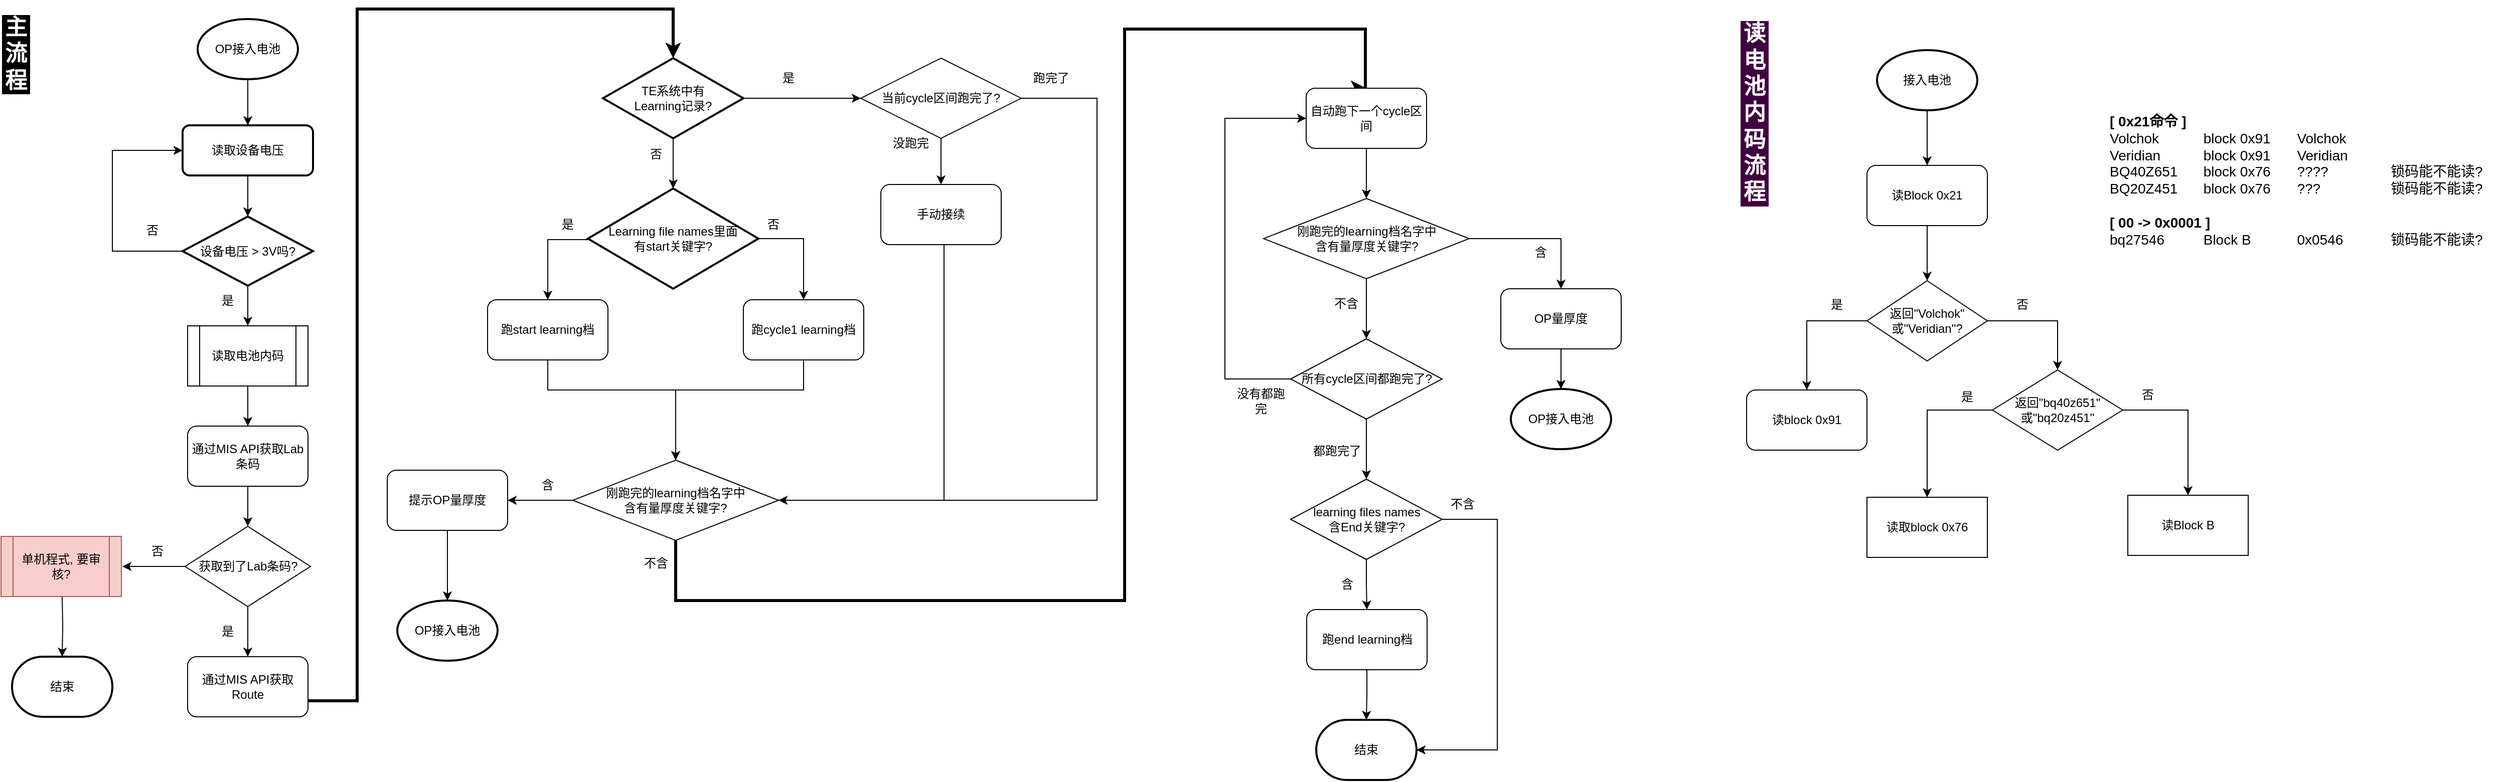
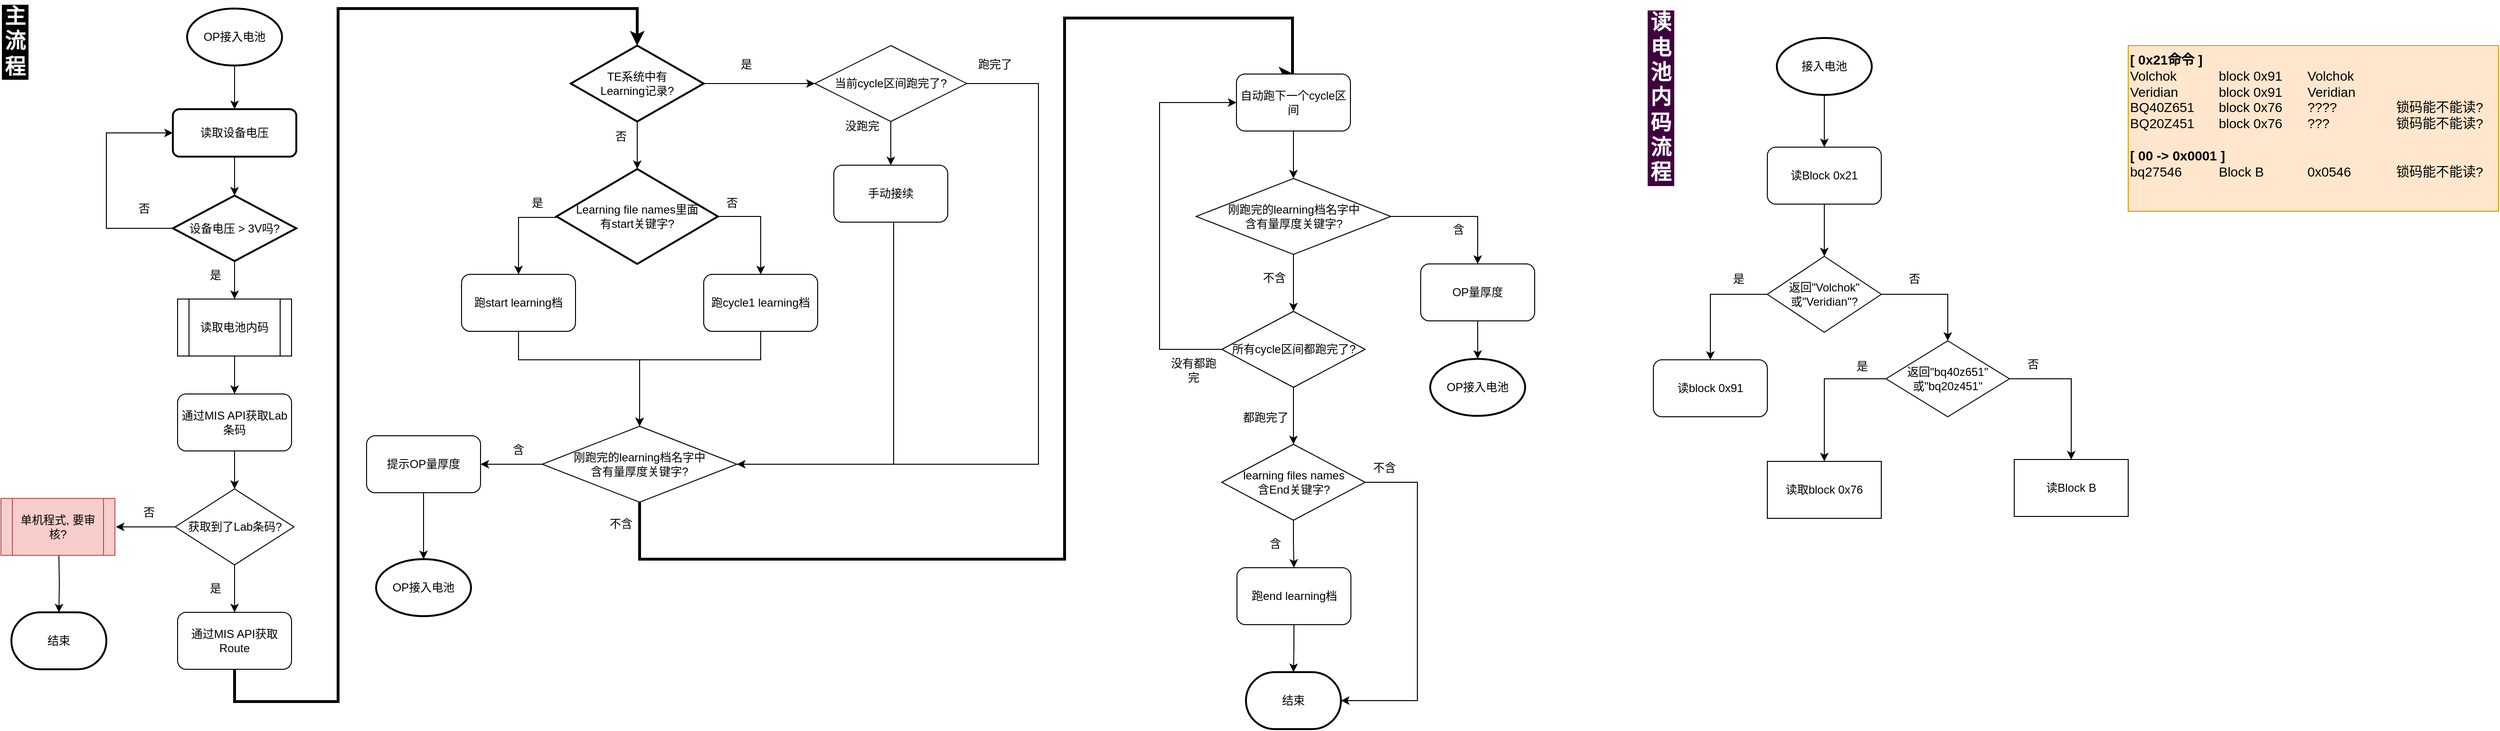
<mxfile host="app.diagrams.net">
  <diagram name="第 1 页" id="3HldnIOuQtLrwHUO-1mN">
    <mxGraphModel dx="1318" dy="774" grid="1" gridSize="10" guides="1" tooltips="1" connect="1" arrows="1" fold="1" page="1" pageScale="1" pageWidth="1169" pageHeight="827" background="#FFFFFF" math="0" shadow="0">
      <root>
        <mxCell id="0" />
        <mxCell id="1" parent="0" />
        <mxCell id="qRa3hty1LtdxE0hFs_0w-8" edge="1" parent="1" source="qRa3hty1LtdxE0hFs_0w-4" style="edgeStyle=orthogonalEdgeStyle;rounded=0;orthogonalLoop=1;jettySize=auto;html=1;" target="qRa3hty1LtdxE0hFs_0w-6" value="">
          <mxGeometry relative="1" as="geometry" />
        </mxCell>
        <mxCell id="qRa3hty1LtdxE0hFs_0w-4" parent="1" style="strokeWidth=2;html=1;shape=mxgraph.flowchart.start_1;whiteSpace=wrap;" value="OP接入电池" vertex="1">
          <mxGeometry height="60" width="100" x="216" y="20" as="geometry" />
        </mxCell>
        <mxCell id="qRa3hty1LtdxE0hFs_0w-9" edge="1" parent="1" source="qRa3hty1LtdxE0hFs_0w-6" style="edgeStyle=orthogonalEdgeStyle;rounded=0;orthogonalLoop=1;jettySize=auto;html=1;" target="qRa3hty1LtdxE0hFs_0w-7" value="">
          <mxGeometry relative="1" as="geometry" />
        </mxCell>
        <mxCell id="qRa3hty1LtdxE0hFs_0w-6" parent="1" style="rounded=1;whiteSpace=wrap;html=1;absoluteArcSize=1;arcSize=14;strokeWidth=2;" value="读取设备电压" vertex="1">
          <mxGeometry height="50" width="130" x="201" y="126" as="geometry" />
        </mxCell>
        <mxCell id="qRa3hty1LtdxE0hFs_0w-14" edge="1" parent="1" source="qRa3hty1LtdxE0hFs_0w-7" style="edgeStyle=orthogonalEdgeStyle;rounded=0;orthogonalLoop=1;jettySize=auto;html=1;" target="qRa3hty1LtdxE0hFs_0w-13" value="">
          <mxGeometry relative="1" as="geometry" />
        </mxCell>
        <mxCell id="qRa3hty1LtdxE0hFs_0w-25" edge="1" parent="1" source="qRa3hty1LtdxE0hFs_0w-7" style="edgeStyle=orthogonalEdgeStyle;rounded=0;orthogonalLoop=1;jettySize=auto;html=1;entryX=0;entryY=0.5;entryDx=0;entryDy=0;" target="qRa3hty1LtdxE0hFs_0w-6">
          <mxGeometry relative="1" as="geometry">
            <Array as="points">
              <mxPoint x="131" y="252" />
              <mxPoint x="131" y="151" />
            </Array>
            <mxPoint x="411" y="146" as="targetPoint" />
          </mxGeometry>
        </mxCell>
        <mxCell id="qRa3hty1LtdxE0hFs_0w-7" parent="1" style="strokeWidth=2;html=1;shape=mxgraph.flowchart.decision;whiteSpace=wrap;" value="设备电压 &amp;gt; 3V吗?" vertex="1">
          <mxGeometry height="69" width="130" x="201" y="217" as="geometry" />
        </mxCell>
        <mxCell id="qRa3hty1LtdxE0hFs_0w-11" parent="1" style="text;html=1;whiteSpace=wrap;strokeColor=none;fillColor=none;align=center;verticalAlign=middle;rounded=0;" value="&lt;div&gt;否&lt;/div&gt;" vertex="1">
          <mxGeometry height="30" width="60" x="141" y="216" as="geometry" />
        </mxCell>
        <mxCell id="qRa3hty1LtdxE0hFs_0w-12" parent="1" style="text;html=1;whiteSpace=wrap;strokeColor=none;fillColor=none;align=center;verticalAlign=middle;rounded=0;" value="&lt;div&gt;是&lt;/div&gt;" vertex="1">
          <mxGeometry height="30" width="60" x="216" y="286" as="geometry" />
        </mxCell>
        <mxCell id="qRa3hty1LtdxE0hFs_0w-16" edge="1" parent="1" source="qRa3hty1LtdxE0hFs_0w-13" style="edgeStyle=orthogonalEdgeStyle;rounded=0;orthogonalLoop=1;jettySize=auto;html=1;" target="qRa3hty1LtdxE0hFs_0w-15" value="">
          <mxGeometry relative="1" as="geometry" />
        </mxCell>
        <mxCell id="qRa3hty1LtdxE0hFs_0w-13" parent="1" style="shape=process;whiteSpace=wrap;html=1;backgroundOutline=1;" value="读取电池内码" vertex="1">
          <mxGeometry height="60" width="120" x="206" y="326" as="geometry" />
        </mxCell>
        <mxCell id="qRa3hty1LtdxE0hFs_0w-20" edge="1" parent="1" source="qRa3hty1LtdxE0hFs_0w-15" style="edgeStyle=orthogonalEdgeStyle;rounded=0;orthogonalLoop=1;jettySize=auto;html=1;" target="qRa3hty1LtdxE0hFs_0w-19" value="">
          <mxGeometry relative="1" as="geometry" />
        </mxCell>
        <mxCell id="qRa3hty1LtdxE0hFs_0w-15" parent="1" style="rounded=1;whiteSpace=wrap;html=1;" value="通过MIS API获取Lab条码" vertex="1">
          <mxGeometry height="60" width="120" x="206" y="426" as="geometry" />
        </mxCell>
        <mxCell id="qRa3hty1LtdxE0hFs_0w-31" edge="1" parent="1" source="qRa3hty1LtdxE0hFs_0w-17" style="edgeStyle=orthogonalEdgeStyle;rounded=0;orthogonalLoop=1;jettySize=auto;html=1;entryX=0.5;entryY=0;entryDx=0;entryDy=0;entryPerimeter=0;strokeWidth=3;" target="qRa3hty1LtdxE0hFs_0w-30" value="">
          <mxGeometry relative="1" as="geometry">
            <Array as="points">
-               <mxPoint x="375" y="700" />
-               <mxPoint x="375" y="10" />
-               <mxPoint x="690" y="10" />
+               <mxPoint x="266" y="750" />
+               <mxPoint x="375" y="750" />
+               <mxPoint x="375" y="20" />
+               <mxPoint x="690" y="20" />
            </Array>
          </mxGeometry>
        </mxCell>
        <mxCell id="qRa3hty1LtdxE0hFs_0w-17" parent="1" style="rounded=1;whiteSpace=wrap;html=1;" value="通过MIS API获取Route" vertex="1">
          <mxGeometry height="60" width="120" x="206" y="656" as="geometry" />
        </mxCell>
        <mxCell id="qRa3hty1LtdxE0hFs_0w-21" edge="1" parent="1" source="qRa3hty1LtdxE0hFs_0w-19" style="edgeStyle=orthogonalEdgeStyle;rounded=0;orthogonalLoop=1;jettySize=auto;html=1;" target="qRa3hty1LtdxE0hFs_0w-17" value="">
          <mxGeometry relative="1" as="geometry" />
        </mxCell>
        <mxCell id="qRa3hty1LtdxE0hFs_0w-27" edge="1" parent="1" source="qRa3hty1LtdxE0hFs_0w-19" style="edgeStyle=orthogonalEdgeStyle;rounded=0;orthogonalLoop=1;jettySize=auto;html=1;" value="">
          <mxGeometry relative="1" as="geometry">
            <mxPoint x="141" y="566" as="targetPoint" />
          </mxGeometry>
        </mxCell>
        <mxCell id="qRa3hty1LtdxE0hFs_0w-19" parent="1" style="rhombus;whiteSpace=wrap;html=1;" value="获取到了Lab条码?" vertex="1">
          <mxGeometry height="80" width="125" x="203.5" y="526" as="geometry" />
        </mxCell>
        <mxCell id="qRa3hty1LtdxE0hFs_0w-22" parent="1" style="text;html=1;whiteSpace=wrap;strokeColor=none;fillColor=none;align=center;verticalAlign=middle;rounded=0;" value="是" vertex="1">
          <mxGeometry height="30" width="60" x="216" y="616" as="geometry" />
        </mxCell>
        <mxCell id="qRa3hty1LtdxE0hFs_0w-29" edge="1" parent="1" style="edgeStyle=orthogonalEdgeStyle;rounded=0;orthogonalLoop=1;jettySize=auto;html=1;" target="qRa3hty1LtdxE0hFs_0w-28" value="">
          <mxGeometry relative="1" as="geometry">
            <mxPoint x="81" y="596" as="sourcePoint" />
          </mxGeometry>
        </mxCell>
        <mxCell id="qRa3hty1LtdxE0hFs_0w-26" parent="1" style="shape=process;whiteSpace=wrap;html=1;backgroundOutline=1;fillColor=#f8cecc;strokeColor=#b85450;" value="单机程式, 要审核?" vertex="1">
          <mxGeometry height="60" width="120" x="20" y="536" as="geometry" />
        </mxCell>
        <mxCell id="qRa3hty1LtdxE0hFs_0w-28" parent="1" style="strokeWidth=2;html=1;shape=mxgraph.flowchart.terminator;whiteSpace=wrap;" value="结束" vertex="1">
          <mxGeometry height="60" width="100" x="31" y="656" as="geometry" />
        </mxCell>
        <mxCell id="qRa3hty1LtdxE0hFs_0w-34" edge="1" parent="1" source="qRa3hty1LtdxE0hFs_0w-30" style="edgeStyle=orthogonalEdgeStyle;rounded=0;orthogonalLoop=1;jettySize=auto;html=1;" target="qRa3hty1LtdxE0hFs_0w-33" value="">
          <mxGeometry relative="1" as="geometry" />
        </mxCell>
        <mxCell id="qRa3hty1LtdxE0hFs_0w-38" edge="1" parent="1" source="qRa3hty1LtdxE0hFs_0w-30" style="edgeStyle=orthogonalEdgeStyle;rounded=0;orthogonalLoop=1;jettySize=auto;html=1;" target="qRa3hty1LtdxE0hFs_0w-37" value="">
          <mxGeometry relative="1" as="geometry" />
        </mxCell>
        <mxCell id="qRa3hty1LtdxE0hFs_0w-30" parent="1" style="strokeWidth=2;html=1;shape=mxgraph.flowchart.decision;whiteSpace=wrap;" value="&lt;div&gt;TE系统中有&lt;/div&gt;&lt;div&gt;Learning记录?&lt;/div&gt;" vertex="1">
          <mxGeometry height="80" width="140" x="620" y="59" as="geometry" />
        </mxCell>
        <mxCell id="qRa3hty1LtdxE0hFs_0w-45" edge="1" parent="1" source="qRa3hty1LtdxE0hFs_0w-33" style="edgeStyle=orthogonalEdgeStyle;rounded=0;orthogonalLoop=1;jettySize=auto;html=1;" target="qRa3hty1LtdxE0hFs_0w-44" value="">
          <mxGeometry relative="1" as="geometry">
            <Array as="points">
              <mxPoint x="565" y="240" />
            </Array>
          </mxGeometry>
        </mxCell>
        <mxCell id="qRa3hty1LtdxE0hFs_0w-67" edge="1" parent="1" source="qRa3hty1LtdxE0hFs_0w-33" style="edgeStyle=orthogonalEdgeStyle;rounded=0;orthogonalLoop=1;jettySize=auto;html=1;entryX=0.5;entryY=0;entryDx=0;entryDy=0;exitX=1;exitY=0.5;exitDx=0;exitDy=0;exitPerimeter=0;" target="qRa3hty1LtdxE0hFs_0w-66">
          <mxGeometry relative="1" as="geometry" />
        </mxCell>
        <mxCell id="qRa3hty1LtdxE0hFs_0w-33" parent="1" style="strokeWidth=2;html=1;shape=mxgraph.flowchart.decision;whiteSpace=wrap;" value="&lt;div&gt;Learning file names里面&lt;/div&gt;&lt;div&gt;有start关键字?&lt;/div&gt;" vertex="1">
          <mxGeometry height="100" width="170" x="605" y="189" as="geometry" />
        </mxCell>
        <mxCell id="qRa3hty1LtdxE0hFs_0w-35" parent="1" style="text;html=1;whiteSpace=wrap;strokeColor=none;fillColor=none;align=center;verticalAlign=middle;rounded=0;" value="否" vertex="1">
          <mxGeometry height="30" width="60" x="642.5" y="140" as="geometry" />
        </mxCell>
        <mxCell id="qRa3hty1LtdxE0hFs_0w-36" parent="1" style="text;html=1;whiteSpace=wrap;strokeColor=none;fillColor=none;align=center;verticalAlign=middle;rounded=0;" value="是" vertex="1">
          <mxGeometry height="30" width="60" x="775" y="64" as="geometry" />
        </mxCell>
        <mxCell id="qRa3hty1LtdxE0hFs_0w-40" edge="1" parent="1" source="qRa3hty1LtdxE0hFs_0w-37" style="edgeStyle=orthogonalEdgeStyle;rounded=0;orthogonalLoop=1;jettySize=auto;html=1;" target="qRa3hty1LtdxE0hFs_0w-39" value="">
          <mxGeometry relative="1" as="geometry" />
        </mxCell>
        <mxCell id="qRa3hty1LtdxE0hFs_0w-115" edge="1" parent="1" style="edgeStyle=orthogonalEdgeStyle;rounded=0;orthogonalLoop=1;jettySize=auto;html=1;entryX=1;entryY=0.5;entryDx=0;entryDy=0;">
          <mxGeometry relative="1" as="geometry">
            <Array as="points">
              <mxPoint x="1112.5" y="99" />
              <mxPoint x="1112.5" y="500" />
            </Array>
            <mxPoint x="1022.5" y="99" as="sourcePoint" />
            <mxPoint x="767.5" y="500" as="targetPoint" />
          </mxGeometry>
        </mxCell>
        <mxCell id="qRa3hty1LtdxE0hFs_0w-37" parent="1" style="rhombus;whiteSpace=wrap;html=1;" value="当前cycle区间跑完了?" vertex="1">
          <mxGeometry height="80" width="160" x="877" y="59" as="geometry" />
        </mxCell>
        <mxCell id="qRa3hty1LtdxE0hFs_0w-74" edge="1" parent="1" source="qRa3hty1LtdxE0hFs_0w-39" style="edgeStyle=orthogonalEdgeStyle;rounded=0;orthogonalLoop=1;jettySize=auto;html=1;entryX=1;entryY=0.5;entryDx=0;entryDy=0;exitX=0.5;exitY=1;exitDx=0;exitDy=0;" target="qRa3hty1LtdxE0hFs_0w-49">
          <mxGeometry relative="1" as="geometry">
            <Array as="points">
              <mxPoint x="960" y="245" />
              <mxPoint x="960" y="500" />
            </Array>
            <mxPoint x="1005" y="240" as="sourcePoint" />
          </mxGeometry>
        </mxCell>
        <mxCell id="qRa3hty1LtdxE0hFs_0w-39" parent="1" style="rounded=1;whiteSpace=wrap;html=1;" value="手动接续" vertex="1">
          <mxGeometry height="60" width="120" x="897" y="185" as="geometry" />
        </mxCell>
        <mxCell id="qRa3hty1LtdxE0hFs_0w-41" parent="1" style="text;html=1;whiteSpace=wrap;strokeColor=none;fillColor=none;align=center;verticalAlign=middle;rounded=0;" value="没跑完" vertex="1">
          <mxGeometry height="30" width="60" x="897" y="129" as="geometry" />
        </mxCell>
        <mxCell id="qRa3hty1LtdxE0hFs_0w-71" edge="1" parent="1" source="qRa3hty1LtdxE0hFs_0w-44" style="edgeStyle=orthogonalEdgeStyle;rounded=0;orthogonalLoop=1;jettySize=auto;html=1;entryX=0.5;entryY=0;entryDx=0;entryDy=0;" target="qRa3hty1LtdxE0hFs_0w-49">
          <mxGeometry relative="1" as="geometry">
            <Array as="points">
              <mxPoint x="565" y="390" />
              <mxPoint x="693" y="390" />
            </Array>
          </mxGeometry>
        </mxCell>
        <mxCell id="qRa3hty1LtdxE0hFs_0w-44" parent="1" style="rounded=1;whiteSpace=wrap;html=1;" value="跑start learning档" vertex="1">
          <mxGeometry height="60" width="120" x="505" y="300" as="geometry" />
        </mxCell>
        <mxCell id="qRa3hty1LtdxE0hFs_0w-46" parent="1" style="text;html=1;whiteSpace=wrap;strokeColor=none;fillColor=none;align=center;verticalAlign=middle;rounded=0;" value="是" vertex="1">
          <mxGeometry height="30" width="60" x="555" y="210" as="geometry" />
        </mxCell>
        <mxCell id="qRa3hty1LtdxE0hFs_0w-52" edge="1" parent="1" source="qRa3hty1LtdxE0hFs_0w-49" style="edgeStyle=orthogonalEdgeStyle;rounded=0;orthogonalLoop=1;jettySize=auto;html=1;" target="qRa3hty1LtdxE0hFs_0w-51" value="">
          <mxGeometry relative="1" as="geometry" />
        </mxCell>
        <mxCell id="qRa3hty1LtdxE0hFs_0w-129" edge="1" parent="1" source="qRa3hty1LtdxE0hFs_0w-49" style="edgeStyle=orthogonalEdgeStyle;rounded=0;orthogonalLoop=1;jettySize=auto;html=1;entryX=0.5;entryY=0;entryDx=0;entryDy=0;exitX=0.5;exitY=1;exitDx=0;exitDy=0;strokeWidth=3;" target="qRa3hty1LtdxE0hFs_0w-55">
          <mxGeometry relative="1" as="geometry">
            <Array as="points">
              <mxPoint x="692" y="600" />
              <mxPoint x="1140" y="600" />
              <mxPoint x="1140" y="30" />
              <mxPoint x="1380" y="30" />
              <mxPoint x="1380" y="89" />
            </Array>
          </mxGeometry>
        </mxCell>
        <mxCell id="qRa3hty1LtdxE0hFs_0w-49" parent="1" style="rhombus;whiteSpace=wrap;html=1;" value="&lt;div&gt;刚跑完的learning档名字中&lt;/div&gt;&lt;div&gt;含有量厚度关键字?&lt;/div&gt;" vertex="1">
          <mxGeometry height="80" width="205" x="590" y="460" as="geometry" />
        </mxCell>
        <mxCell id="qRa3hty1LtdxE0hFs_0w-102" edge="1" parent="1" source="qRa3hty1LtdxE0hFs_0w-51" style="edgeStyle=orthogonalEdgeStyle;rounded=0;orthogonalLoop=1;jettySize=auto;html=1;" target="qRa3hty1LtdxE0hFs_0w-101" value="">
          <mxGeometry relative="1" as="geometry" />
        </mxCell>
        <mxCell id="qRa3hty1LtdxE0hFs_0w-51" parent="1" style="rounded=1;whiteSpace=wrap;html=1;" value="提示OP量厚度" vertex="1">
          <mxGeometry height="60" width="120" x="405" y="470" as="geometry" />
        </mxCell>
        <mxCell id="qRa3hty1LtdxE0hFs_0w-53" parent="1" style="text;html=1;whiteSpace=wrap;strokeColor=none;fillColor=none;align=center;verticalAlign=middle;rounded=0;" value="&lt;div&gt;含&lt;/div&gt;" vertex="1">
          <mxGeometry height="30" width="60" x="535" y="470" as="geometry" />
        </mxCell>
        <mxCell id="qRa3hty1LtdxE0hFs_0w-130" edge="1" parent="1" source="qRa3hty1LtdxE0hFs_0w-55" style="edgeStyle=orthogonalEdgeStyle;rounded=0;orthogonalLoop=1;jettySize=auto;html=1;" target="qRa3hty1LtdxE0hFs_0w-88" value="">
          <mxGeometry relative="1" as="geometry" />
        </mxCell>
        <mxCell id="qRa3hty1LtdxE0hFs_0w-55" parent="1" style="rounded=1;whiteSpace=wrap;html=1;" value="自动跑下一个cycle区间" vertex="1">
          <mxGeometry height="60" width="120" x="1321" y="89" as="geometry" />
        </mxCell>
        <mxCell id="qRa3hty1LtdxE0hFs_0w-57" parent="1" style="text;html=1;whiteSpace=wrap;strokeColor=none;fillColor=none;align=center;verticalAlign=middle;rounded=0;" value="否" vertex="1">
          <mxGeometry height="30" width="60" x="146" y="536" as="geometry" />
        </mxCell>
        <mxCell id="qRa3hty1LtdxE0hFs_0w-58" parent="1" style="text;html=1;whiteSpace=wrap;strokeColor=none;fillColor=none;align=center;verticalAlign=middle;rounded=0;" value="跑完了" vertex="1">
          <mxGeometry height="30" width="60" x="1037" y="64" as="geometry" />
        </mxCell>
        <mxCell id="qRa3hty1LtdxE0hFs_0w-73" edge="1" parent="1" source="qRa3hty1LtdxE0hFs_0w-66" style="edgeStyle=orthogonalEdgeStyle;rounded=0;orthogonalLoop=1;jettySize=auto;html=1;entryX=0.5;entryY=0;entryDx=0;entryDy=0;" target="qRa3hty1LtdxE0hFs_0w-49">
          <mxGeometry relative="1" as="geometry">
            <Array as="points">
              <mxPoint x="820" y="390" />
              <mxPoint x="693" y="390" />
            </Array>
          </mxGeometry>
        </mxCell>
        <mxCell id="qRa3hty1LtdxE0hFs_0w-66" parent="1" style="rounded=1;whiteSpace=wrap;html=1;" value="跑cycle1 learning档" vertex="1">
          <mxGeometry height="60" width="120" x="760" y="300" as="geometry" />
        </mxCell>
        <mxCell id="qRa3hty1LtdxE0hFs_0w-68" parent="1" style="text;html=1;whiteSpace=wrap;strokeColor=none;fillColor=none;align=center;verticalAlign=middle;rounded=0;" value="否" vertex="1">
          <mxGeometry height="30" width="60" x="760" y="210" as="geometry" />
        </mxCell>
        <mxCell id="qRa3hty1LtdxE0hFs_0w-75" parent="1" style="text;html=1;whiteSpace=wrap;strokeColor=none;fillColor=none;align=center;verticalAlign=middle;rounded=0;" value="不含" vertex="1">
          <mxGeometry height="30" width="60" x="642.5" y="548" as="geometry" />
        </mxCell>
        <mxCell id="qRa3hty1LtdxE0hFs_0w-132" edge="1" parent="1" source="qRa3hty1LtdxE0hFs_0w-88" style="edgeStyle=orthogonalEdgeStyle;rounded=0;orthogonalLoop=1;jettySize=auto;html=1;" target="qRa3hty1LtdxE0hFs_0w-91" value="">
          <mxGeometry relative="1" as="geometry" />
        </mxCell>
        <mxCell id="qRa3hty1LtdxE0hFs_0w-134" edge="1" parent="1" source="qRa3hty1LtdxE0hFs_0w-88" style="edgeStyle=orthogonalEdgeStyle;rounded=0;orthogonalLoop=1;jettySize=auto;html=1;" target="qRa3hty1LtdxE0hFs_0w-107" value="">
          <mxGeometry relative="1" as="geometry" />
        </mxCell>
        <mxCell id="qRa3hty1LtdxE0hFs_0w-88" parent="1" style="rhombus;whiteSpace=wrap;html=1;" value="&lt;div&gt;刚跑完的learning档名字中&lt;/div&gt;&lt;div&gt;含有量厚度关键字?&lt;/div&gt;" vertex="1">
          <mxGeometry height="80" width="205" x="1278.5" y="199" as="geometry" />
        </mxCell>
        <mxCell id="qRa3hty1LtdxE0hFs_0w-104" edge="1" parent="1" source="qRa3hty1LtdxE0hFs_0w-91" style="edgeStyle=orthogonalEdgeStyle;rounded=0;orthogonalLoop=1;jettySize=auto;html=1;" target="qRa3hty1LtdxE0hFs_0w-103" value="">
          <mxGeometry relative="1" as="geometry" />
        </mxCell>
        <mxCell id="qRa3hty1LtdxE0hFs_0w-91" parent="1" style="rounded=1;whiteSpace=wrap;html=1;" value="OP量厚度" vertex="1">
          <mxGeometry height="60" width="120" x="1515" y="289" as="geometry" />
        </mxCell>
        <mxCell id="qRa3hty1LtdxE0hFs_0w-93" parent="1" style="text;html=1;whiteSpace=wrap;strokeColor=none;fillColor=none;align=center;verticalAlign=middle;rounded=0;" value="含" vertex="1">
          <mxGeometry height="30" width="60" x="1525" y="238" as="geometry" />
        </mxCell>
        <mxCell id="qRa3hty1LtdxE0hFs_0w-95" parent="1" style="text;html=1;whiteSpace=wrap;strokeColor=none;fillColor=none;align=center;verticalAlign=middle;rounded=0;" value="不含" vertex="1">
          <mxGeometry height="30" width="60" x="1331" y="289" as="geometry" />
        </mxCell>
        <mxCell id="qRa3hty1LtdxE0hFs_0w-101" parent="1" style="strokeWidth=2;html=1;shape=mxgraph.flowchart.start_1;whiteSpace=wrap;" value="OP接入电池" vertex="1">
          <mxGeometry height="60" width="100" x="415" y="600" as="geometry" />
        </mxCell>
        <mxCell id="qRa3hty1LtdxE0hFs_0w-103" parent="1" style="strokeWidth=2;html=1;shape=mxgraph.flowchart.start_1;whiteSpace=wrap;" value="OP接入电池" vertex="1">
          <mxGeometry height="60" width="100" x="1525" y="389" as="geometry" />
        </mxCell>
        <mxCell id="qRa3hty1LtdxE0hFs_0w-118" edge="1" parent="1" source="qRa3hty1LtdxE0hFs_0w-107" style="edgeStyle=orthogonalEdgeStyle;rounded=0;orthogonalLoop=1;jettySize=auto;html=1;" target="qRa3hty1LtdxE0hFs_0w-117" value="">
          <mxGeometry relative="1" as="geometry" />
        </mxCell>
        <mxCell id="qRa3hty1LtdxE0hFs_0w-135" edge="1" parent="1" source="qRa3hty1LtdxE0hFs_0w-107" style="edgeStyle=orthogonalEdgeStyle;rounded=0;orthogonalLoop=1;jettySize=auto;html=1;entryX=0;entryY=0.5;entryDx=0;entryDy=0;" target="qRa3hty1LtdxE0hFs_0w-55">
          <mxGeometry relative="1" as="geometry">
            <Array as="points">
              <mxPoint x="1240" y="379" />
              <mxPoint x="1240" y="119" />
            </Array>
            <mxPoint x="1250" y="140" as="targetPoint" />
          </mxGeometry>
        </mxCell>
        <mxCell id="qRa3hty1LtdxE0hFs_0w-107" parent="1" style="rhombus;whiteSpace=wrap;html=1;" value="所有cycle区间都跑完了?" vertex="1">
          <mxGeometry height="80" width="151" x="1305.5" y="339" as="geometry" />
        </mxCell>
        <mxCell id="qRa3hty1LtdxE0hFs_0w-111" parent="1" style="text;html=1;whiteSpace=wrap;strokeColor=none;fillColor=none;align=center;verticalAlign=middle;rounded=0;" value="没有都跑完" vertex="1">
          <mxGeometry height="30" width="60" x="1245.5" y="386" as="geometry" />
        </mxCell>
        <mxCell id="qRa3hty1LtdxE0hFs_0w-112" parent="1" style="strokeWidth=2;html=1;shape=mxgraph.flowchart.terminator;whiteSpace=wrap;" value="结束" vertex="1">
          <mxGeometry height="60" width="100" x="1331" y="719" as="geometry" />
        </mxCell>
        <mxCell id="qRa3hty1LtdxE0hFs_0w-114" parent="1" style="text;html=1;whiteSpace=wrap;strokeColor=none;fillColor=none;align=center;verticalAlign=middle;rounded=0;" value="都跑完了" vertex="1">
          <mxGeometry height="30" width="60" x="1322" y="436" as="geometry" />
        </mxCell>
        <mxCell id="qRa3hty1LtdxE0hFs_0w-122" edge="1" parent="1" source="qRa3hty1LtdxE0hFs_0w-117" style="edgeStyle=orthogonalEdgeStyle;rounded=0;orthogonalLoop=1;jettySize=auto;html=1;" target="qRa3hty1LtdxE0hFs_0w-120" value="">
          <mxGeometry relative="1" as="geometry" />
        </mxCell>
        <mxCell id="qRa3hty1LtdxE0hFs_0w-117" parent="1" style="rhombus;whiteSpace=wrap;html=1;" value="&lt;div&gt;learning files names&lt;/div&gt;&lt;div&gt;含End关键字?&lt;/div&gt;" vertex="1">
          <mxGeometry height="80" width="151" x="1305.5" y="479" as="geometry" />
        </mxCell>
        <mxCell id="qRa3hty1LtdxE0hFs_0w-121" edge="1" parent="1" source="qRa3hty1LtdxE0hFs_0w-120" style="edgeStyle=orthogonalEdgeStyle;rounded=0;orthogonalLoop=1;jettySize=auto;html=1;" target="qRa3hty1LtdxE0hFs_0w-112" value="">
          <mxGeometry relative="1" as="geometry" />
        </mxCell>
        <mxCell id="qRa3hty1LtdxE0hFs_0w-120" parent="1" style="rounded=1;whiteSpace=wrap;html=1;" value="跑end learning档" vertex="1">
          <mxGeometry height="60" width="120" x="1321.5" y="609" as="geometry" />
        </mxCell>
        <mxCell id="qRa3hty1LtdxE0hFs_0w-123" parent="1" style="text;html=1;whiteSpace=wrap;strokeColor=none;fillColor=none;align=center;verticalAlign=middle;rounded=0;" value="含" vertex="1">
          <mxGeometry height="30" width="60" x="1331.5" y="569" as="geometry" />
        </mxCell>
        <mxCell id="qRa3hty1LtdxE0hFs_0w-124" edge="1" parent="1" source="qRa3hty1LtdxE0hFs_0w-117" style="edgeStyle=orthogonalEdgeStyle;rounded=0;orthogonalLoop=1;jettySize=auto;html=1;entryX=1;entryY=0.5;entryDx=0;entryDy=0;entryPerimeter=0;" target="qRa3hty1LtdxE0hFs_0w-112">
          <mxGeometry relative="1" as="geometry">
            <Array as="points">
              <mxPoint x="1511.5" y="519" />
              <mxPoint x="1511.5" y="749" />
            </Array>
          </mxGeometry>
        </mxCell>
        <mxCell id="qRa3hty1LtdxE0hFs_0w-125" parent="1" style="text;html=1;whiteSpace=wrap;strokeColor=none;fillColor=none;align=center;verticalAlign=middle;rounded=0;" value="不含" vertex="1">
          <mxGeometry height="30" width="60" x="1446.5" y="489" as="geometry" />
        </mxCell>
        <mxCell id="PsBZDfwHha2lWDHOalyY-6" edge="1" parent="1" source="qRa3hty1LtdxE0hFs_0w-136" style="edgeStyle=orthogonalEdgeStyle;rounded=0;orthogonalLoop=1;jettySize=auto;html=1;" target="PsBZDfwHha2lWDHOalyY-3" value="">
          <mxGeometry relative="1" as="geometry" />
        </mxCell>
        <mxCell id="qRa3hty1LtdxE0hFs_0w-136" parent="1" style="strokeWidth=2;html=1;shape=mxgraph.flowchart.start_1;whiteSpace=wrap;" value="接入电池" vertex="1">
          <mxGeometry height="60" width="100" x="1890" y="51" as="geometry" />
        </mxCell>
        <mxCell id="PsBZDfwHha2lWDHOalyY-1" parent="1" style="text;html=1;whiteSpace=wrap;strokeColor=none;fillColor=none;align=center;verticalAlign=middle;rounded=0;fontStyle=1;strokeWidth=3;labelBackgroundColor=light-dark(#400040, #ededed);fontColor=light-dark(#ffffff, #ededed);fontSize=22;" value="读电池内码流程" vertex="1">
          <mxGeometry height="30" width="30" x="1753" y="99" as="geometry" />
        </mxCell>
-         <mxCell id="PsBZDfwHha2lWDHOalyY-2" parent="1" style="text;html=1;whiteSpace=wrap;strokeColor=none;fillColor=none;align=left;verticalAlign=top;rounded=0;fontSize=14;" value="&lt;div&gt;&lt;b&gt;[ 0x21命令 ]&lt;/b&gt;&lt;/div&gt;&lt;div&gt;Volchok&lt;span style=&quot;white-space: pre;&quot;&gt;&#x9;&lt;/span&gt;&lt;span style=&quot;white-space: pre;&quot;&gt;&#x9;&lt;/span&gt;block 0x91&lt;span style=&quot;white-space: pre;&quot;&gt;&#x9;&lt;/span&gt;Volchok&lt;/div&gt;&lt;div&gt;Veridian&lt;span style=&quot;white-space: pre;&quot;&gt;&lt;span style=&quot;white-space: pre;&quot;&gt;&#x9;&lt;/span&gt;&lt;span style=&quot;white-space: pre;&quot;&gt;&#x9;&lt;/span&gt;block 0x91&#x9;Veridian&lt;/span&gt;&lt;/div&gt;&lt;div&gt;BQ40Z651&lt;span style=&quot;white-space: pre;&quot;&gt;&#x9;block 0x76&lt;/span&gt;&lt;span style=&quot;white-space: pre;&quot;&gt;&#x9;????&lt;span style=&quot;white-space: pre;&quot;&gt;&#x9;&lt;/span&gt;&lt;span style=&quot;white-space: pre;&quot;&gt;&#x9;&lt;/span&gt;锁码能不能读?&lt;/span&gt;&lt;/div&gt;&lt;div&gt;&lt;span style=&quot;white-space: pre;&quot;&gt;BQ20Z451&lt;span style=&quot;white-space: pre;&quot;&gt;&#x9;&lt;/span&gt;block 0x76&lt;span style=&quot;white-space: pre;&quot;&gt;&#x9;???&lt;span style=&quot;white-space: pre;&quot;&gt;&#x9;&lt;/span&gt;&lt;span style=&quot;white-space: pre;&quot;&gt;&#x9;&lt;/span&gt;&lt;span style=&quot;white-space: pre;&quot;&gt;&#x9;&lt;/span&gt;锁码能不能读?&lt;/span&gt;&lt;/span&gt;&lt;/div&gt;&lt;div&gt;&lt;br&gt;&lt;/div&gt;&lt;div&gt;&lt;b&gt;[ 00 -&amp;gt; 0x0001 ]&lt;/b&gt;&lt;/div&gt;&lt;div&gt;bq27546&lt;span style=&quot;white-space: pre;&quot;&gt;&#x9;&lt;/span&gt;&lt;span style=&quot;white-space: pre;&quot;&gt;&#x9;Block B&lt;span style=&quot;white-space: pre;&quot;&gt;&#x9;&lt;/span&gt;&lt;span style=&quot;white-space: pre;&quot;&gt;&#x9;&lt;/span&gt;0x0546&lt;span style=&quot;white-space: pre;&quot;&gt;&#x9;&lt;/span&gt;&lt;span style=&quot;white-space: pre;&quot;&gt;&#x9;&lt;/span&gt;锁码能不能读?&lt;/span&gt;&lt;/div&gt;&lt;div&gt;&lt;br&gt;&lt;/div&gt;" vertex="1">
-           <mxGeometry height="174.5" width="390" x="2120" y="106.5" as="geometry" />
+         <mxCell id="PsBZDfwHha2lWDHOalyY-2" parent="1" style="text;html=1;whiteSpace=wrap;strokeColor=#d79b00;fillColor=#ffe6cc;align=left;verticalAlign=top;rounded=0;fontSize=14;labelBackgroundColor=none;" value="&lt;div&gt;&lt;b&gt;[ 0x21命令 ]&lt;/b&gt;&lt;/div&gt;&lt;div&gt;Volchok&lt;span style=&quot;white-space: pre;&quot;&gt;&#x9;&lt;/span&gt;&lt;span style=&quot;white-space: pre;&quot;&gt;&#x9;&lt;/span&gt;block 0x91&lt;span style=&quot;white-space: pre;&quot;&gt;&#x9;&lt;/span&gt;Volchok&lt;/div&gt;&lt;div&gt;Veridian&lt;span style=&quot;white-space: pre;&quot;&gt;&lt;span style=&quot;white-space: pre;&quot;&gt;&#x9;&lt;/span&gt;&lt;span style=&quot;white-space: pre;&quot;&gt;&#x9;&lt;/span&gt;block 0x91&#x9;Veridian&lt;/span&gt;&lt;/div&gt;&lt;div&gt;BQ40Z651&lt;span style=&quot;white-space: pre;&quot;&gt;&#x9;block 0x76&lt;/span&gt;&lt;span style=&quot;white-space: pre;&quot;&gt;&#x9;????&lt;span style=&quot;white-space: pre;&quot;&gt;&#x9;&lt;/span&gt;&lt;span style=&quot;white-space: pre;&quot;&gt;&#x9;&lt;/span&gt;锁码能不能读?&lt;/span&gt;&lt;/div&gt;&lt;div&gt;&lt;span style=&quot;white-space: pre;&quot;&gt;BQ20Z451&lt;span style=&quot;white-space: pre;&quot;&gt;&#x9;&lt;/span&gt;block 0x76&lt;span style=&quot;white-space: pre;&quot;&gt;&#x9;???&lt;span style=&quot;white-space: pre;&quot;&gt;&#x9;&lt;/span&gt;&lt;span style=&quot;white-space: pre;&quot;&gt;&#x9;&lt;/span&gt;&lt;span style=&quot;white-space: pre;&quot;&gt;&#x9;&lt;/span&gt;锁码能不能读?&lt;/span&gt;&lt;/span&gt;&lt;/div&gt;&lt;div&gt;&lt;br&gt;&lt;/div&gt;&lt;div&gt;&lt;b&gt;[ 00 -&amp;gt; 0x0001 ]&lt;/b&gt;&lt;/div&gt;&lt;div&gt;bq27546&lt;span style=&quot;white-space: pre;&quot;&gt;&#x9;&lt;/span&gt;&lt;span style=&quot;white-space: pre;&quot;&gt;&#x9;Block B&lt;span style=&quot;white-space: pre;&quot;&gt;&#x9;&lt;/span&gt;&lt;span style=&quot;white-space: pre;&quot;&gt;&#x9;&lt;/span&gt;0x0546&lt;span style=&quot;white-space: pre;&quot;&gt;&#x9;&lt;/span&gt;&lt;span style=&quot;white-space: pre;&quot;&gt;&#x9;&lt;/span&gt;锁码能不能读?&lt;/span&gt;&lt;/div&gt;&lt;div&gt;&lt;br&gt;&lt;/div&gt;" vertex="1">
+           <mxGeometry height="174.5" width="390" x="2260" y="59" as="geometry" />
        </mxCell>
        <mxCell id="PsBZDfwHha2lWDHOalyY-7" edge="1" parent="1" source="PsBZDfwHha2lWDHOalyY-3" style="edgeStyle=orthogonalEdgeStyle;rounded=0;orthogonalLoop=1;jettySize=auto;html=1;" target="PsBZDfwHha2lWDHOalyY-5" value="">
          <mxGeometry relative="1" as="geometry" />
        </mxCell>
        <mxCell id="PsBZDfwHha2lWDHOalyY-3" parent="1" style="rounded=1;whiteSpace=wrap;html=1;" value="读Block 0x21" vertex="1">
          <mxGeometry height="60" width="120" x="1880" y="166" as="geometry" />
        </mxCell>
        <mxCell id="PsBZDfwHha2lWDHOalyY-27" edge="1" parent="1" source="PsBZDfwHha2lWDHOalyY-5" style="edgeStyle=orthogonalEdgeStyle;rounded=0;orthogonalLoop=1;jettySize=auto;html=1;" target="PsBZDfwHha2lWDHOalyY-26" value="">
          <mxGeometry relative="1" as="geometry" />
        </mxCell>
        <mxCell id="PsBZDfwHha2lWDHOalyY-35" edge="1" parent="1" source="PsBZDfwHha2lWDHOalyY-5" style="edgeStyle=orthogonalEdgeStyle;rounded=0;orthogonalLoop=1;jettySize=auto;html=1;entryX=0.5;entryY=0;entryDx=0;entryDy=0;" target="PsBZDfwHha2lWDHOalyY-12">
          <mxGeometry relative="1" as="geometry">
            <Array as="points">
              <mxPoint x="1820" y="321" />
            </Array>
          </mxGeometry>
        </mxCell>
        <mxCell id="PsBZDfwHha2lWDHOalyY-5" parent="1" style="rhombus;whiteSpace=wrap;html=1;" value="&lt;div&gt;返回&quot;Volchok&quot;&lt;/div&gt;&lt;div&gt;或&quot;Veridian&quot;?&lt;/div&gt;" vertex="1">
          <mxGeometry height="80" width="120" x="1880" y="281" as="geometry" />
        </mxCell>
        <mxCell id="PsBZDfwHha2lWDHOalyY-12" parent="1" style="rounded=1;whiteSpace=wrap;html=1;" value="读block 0x91" vertex="1">
          <mxGeometry height="60" width="120" x="1760" y="390" as="geometry" />
        </mxCell>
        <mxCell id="PsBZDfwHha2lWDHOalyY-14" parent="1" style="text;html=1;whiteSpace=wrap;strokeColor=none;fillColor=none;align=center;verticalAlign=middle;rounded=0;" value="是" vertex="1">
          <mxGeometry height="30" width="60" x="1820" y="290" as="geometry" />
        </mxCell>
        <mxCell id="PsBZDfwHha2lWDHOalyY-29" edge="1" parent="1" source="PsBZDfwHha2lWDHOalyY-26" style="edgeStyle=orthogonalEdgeStyle;rounded=0;orthogonalLoop=1;jettySize=auto;html=1;" target="PsBZDfwHha2lWDHOalyY-28" value="">
          <mxGeometry relative="1" as="geometry" />
        </mxCell>
        <mxCell id="PsBZDfwHha2lWDHOalyY-32" edge="1" parent="1" source="PsBZDfwHha2lWDHOalyY-26" style="edgeStyle=orthogonalEdgeStyle;rounded=0;orthogonalLoop=1;jettySize=auto;html=1;" target="PsBZDfwHha2lWDHOalyY-31" value="">
          <mxGeometry relative="1" as="geometry" />
        </mxCell>
        <mxCell id="PsBZDfwHha2lWDHOalyY-26" parent="1" style="rhombus;whiteSpace=wrap;html=1;" value="&lt;div&gt;返回&quot;bq40z651&quot;&lt;/div&gt;&lt;div&gt;或&quot;bq20z451&quot;&lt;/div&gt;" vertex="1">
          <mxGeometry height="80" width="130" x="2005" y="370" as="geometry" />
        </mxCell>
        <mxCell id="PsBZDfwHha2lWDHOalyY-28" parent="1" style="whiteSpace=wrap;html=1;" value="读取block 0x76" vertex="1">
          <mxGeometry height="60" width="120" x="1880" y="497" as="geometry" />
        </mxCell>
        <mxCell id="PsBZDfwHha2lWDHOalyY-30" parent="1" style="text;html=1;whiteSpace=wrap;strokeColor=none;fillColor=none;align=center;verticalAlign=middle;rounded=0;" value="是" vertex="1">
          <mxGeometry height="30" width="60" x="1950" y="382" as="geometry" />
        </mxCell>
        <mxCell id="PsBZDfwHha2lWDHOalyY-31" parent="1" style="whiteSpace=wrap;html=1;" value="读Block B" vertex="1">
          <mxGeometry height="60" width="120" x="2140" y="495" as="geometry" />
        </mxCell>
        <mxCell id="PsBZDfwHha2lWDHOalyY-33" parent="1" style="text;html=1;whiteSpace=wrap;strokeColor=none;fillColor=none;align=center;verticalAlign=middle;rounded=0;" value="否" vertex="1">
          <mxGeometry height="30" width="60" x="2005" y="290" as="geometry" />
        </mxCell>
        <mxCell id="PsBZDfwHha2lWDHOalyY-34" parent="1" style="text;html=1;whiteSpace=wrap;strokeColor=none;fillColor=none;align=center;verticalAlign=middle;rounded=0;" value="否" vertex="1">
          <mxGeometry height="30" width="60" x="2130" y="380" as="geometry" />
        </mxCell>
        <mxCell id="PsBZDfwHha2lWDHOalyY-36" parent="1" style="text;html=1;whiteSpace=wrap;strokeColor=none;fillColor=none;align=center;verticalAlign=middle;rounded=0;fontStyle=1;fontSize=22;fontColor=light-dark(#ffffff, #ededed);strokeWidth=3;labelBackgroundColor=#000000;" value="主流程" vertex="1">
          <mxGeometry height="30" width="30" x="20" y="40" as="geometry" />
        </mxCell>
      </root>
    </mxGraphModel>
  </diagram>
</mxfile>
